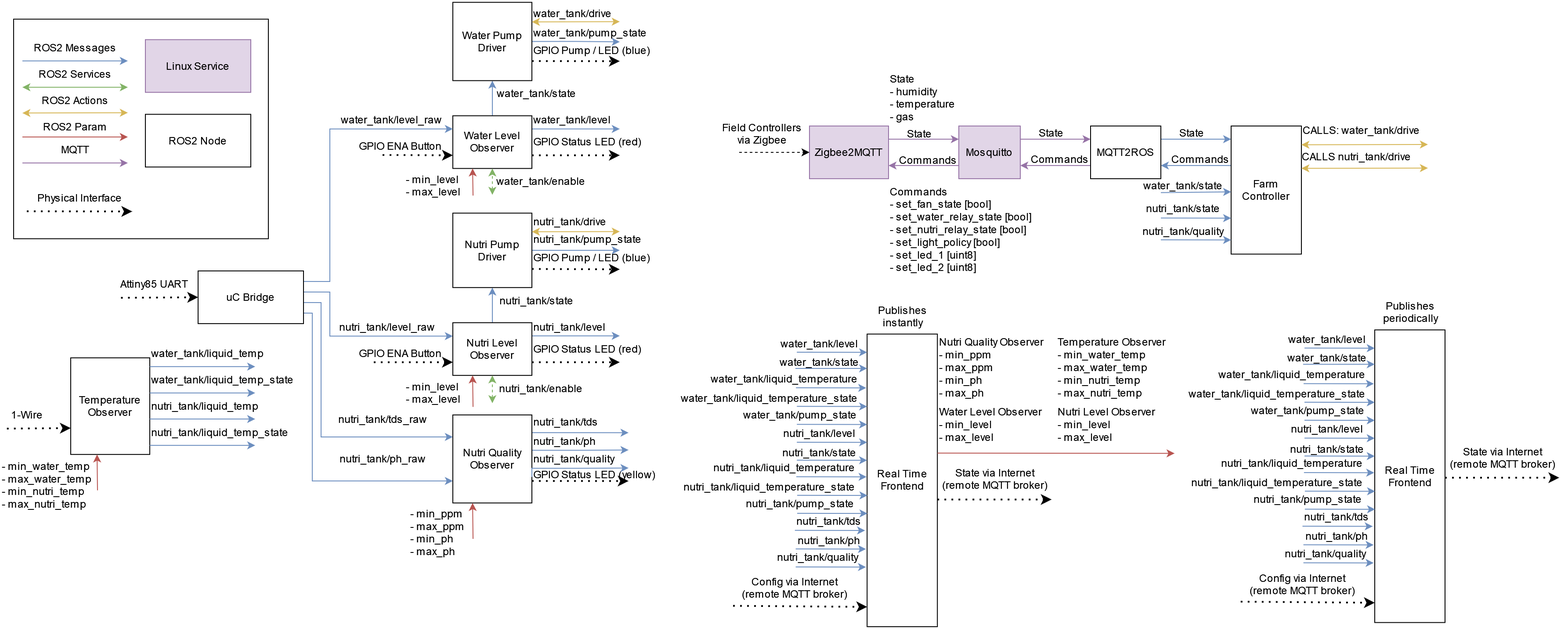
This is media/controller_software.drawio.png from Tai-Min/Aeroponic-Garden-System, a draw.io export, as it was before one commit. Source tidied: cells renumbered, new cells last; positions are measured from the earlier drawing's top-left corner, leaving out a move shared by most shapes.
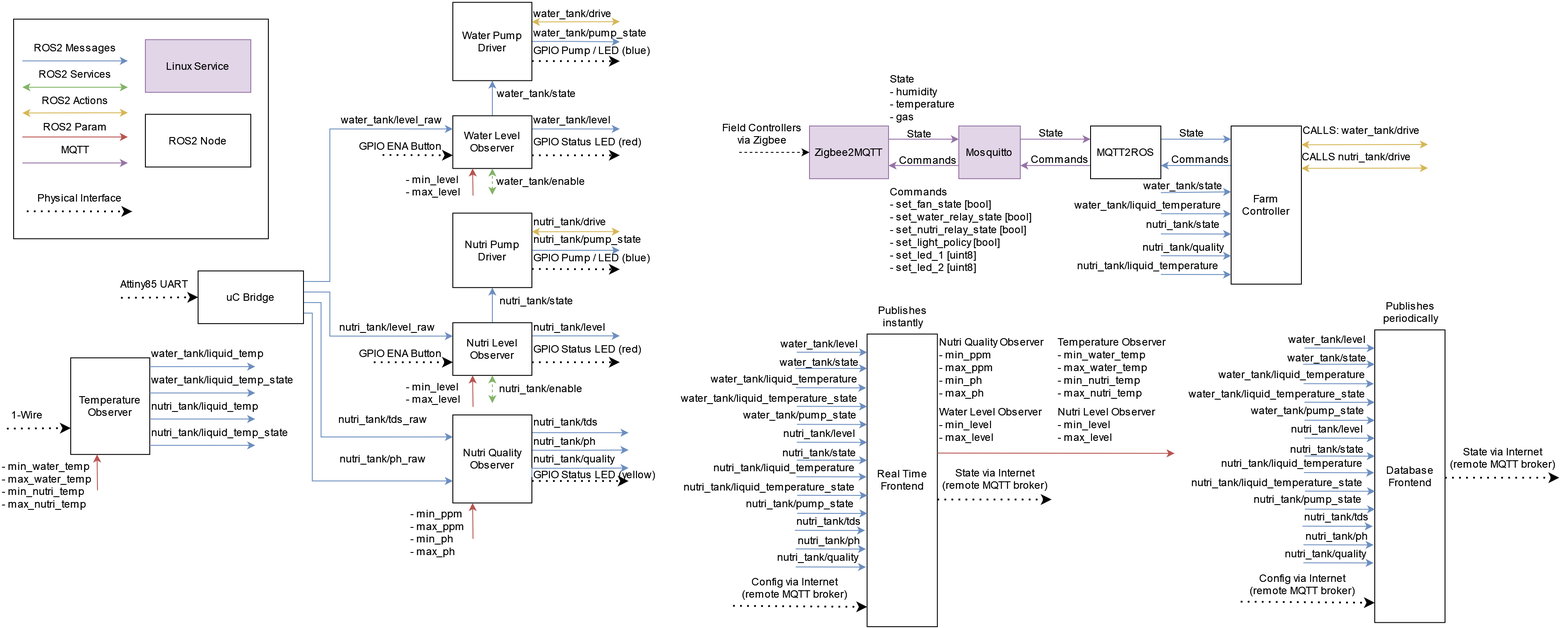
Later version of the same file.

Change to the diagram source:
```diff
@@ -30,7 +30,7 @@
       <mxGeometry x="1481" y="132.9" width="160" height="30" as="geometry" />
     </mxCell>
     <mxCell id="11" value="nutri_tank/state" style="text;html=1;align=center;verticalAlign=middle;strokeColor=none;fillColor=none;" parent="1" vertex="1">
-      <mxGeometry x="1291" y="222.1" width="110" height="30" as="geometry" />
+      <mxGeometry x="1291" y="240.2" width="110" height="30" as="geometry" />
     </mxCell>
     <mxCell id="12" value="water_tank/state" style="text;html=1;align=center;verticalAlign=middle;strokeColor=none;fillColor=none;" parent="1" vertex="1">
       <mxGeometry x="1291" y="195.9" width="110" height="30" as="geometry" />
@@ -406,7 +406,7 @@
       <mxGeometry x="375" y="506.7" width="120" height="30" as="geometry" />
     </mxCell>
     <mxCell id="102" value="&lt;div&gt;Farm &lt;br&gt;&lt;/div&gt;&lt;div&gt;Controller&lt;/div&gt;" style="rounded=0;whiteSpace=wrap;html=1;" parent="1" vertex="1">
-      <mxGeometry x="1401" y="142.9" width="80" height="145.8" as="geometry" />
+      <mxGeometry x="1401" y="142.9" width="80" height="180.1" as="geometry" />
     </mxCell>
     <mxCell id="103" style="endArrow=classic;html=1;rounded=0;fillColor=#dae8fc;strokeColor=#6c8ebf;" parent="1" edge="1">
       <mxGeometry relative="1" as="geometry">
@@ -416,12 +416,12 @@
     </mxCell>
     <mxCell id="104" style="endArrow=classic;html=1;rounded=0;fillColor=#dae8fc;strokeColor=#6c8ebf;" parent="1" edge="1">
       <mxGeometry relative="1" as="geometry">
-        <mxPoint x="1321" y="247.7" as="sourcePoint" />
-        <mxPoint x="1401" y="247.9" as="targetPoint" />
+        <mxPoint x="1321" y="265.8" as="sourcePoint" />
+        <mxPoint x="1401" y="266" as="targetPoint" />
       </mxGeometry>
     </mxCell>
     <mxCell id="105" value="nutri_tank/quality" style="text;html=1;align=center;verticalAlign=middle;strokeColor=none;fillColor=none;" parent="1" vertex="1">
-      <mxGeometry x="1286" y="247.7" width="120" height="30" as="geometry" />
+      <mxGeometry x="1286" y="265.8" width="120" height="30" as="geometry" />
     </mxCell>
     <mxCell id="106" value="&lt;div align=&quot;left&quot;&gt;State&lt;/div&gt;&lt;div align=&quot;left&quot;&gt;- humidity&lt;/div&gt;&lt;div align=&quot;left&quot;&gt;- temperature&lt;/div&gt;&lt;div align=&quot;left&quot;&gt;- gas&lt;br&gt;&lt;/div&gt;" style="text;html=1;align=left;verticalAlign=middle;strokeColor=none;fillColor=none;" parent="1" vertex="1">
       <mxGeometry x="1011" y="76.3" width="100" height="70" as="geometry" />
@@ -431,8 +431,8 @@
     </mxCell>
     <mxCell id="108" style="endArrow=classic;html=1;rounded=0;fillColor=#dae8fc;strokeColor=#6c8ebf;" parent="1" edge="1">
       <mxGeometry relative="1" as="geometry">
-        <mxPoint x="1321" y="272.6" as="sourcePoint" />
-        <mxPoint x="1401" y="272.7" as="targetPoint" />
+        <mxPoint x="1321" y="290.7" as="sourcePoint" />
+        <mxPoint x="1401" y="290.8" as="targetPoint" />
       </mxGeometry>
     </mxCell>
     <mxCell id="109" value="&lt;div&gt;Publishes&lt;/div&gt;&lt;div&gt;instantly&lt;br&gt;&lt;/div&gt;" style="text;html=1;align=center;verticalAlign=middle;strokeColor=none;fillColor=none;" parent="1" vertex="1">
@@ -681,7 +681,7 @@
     <mxCell id="164" value="&lt;div&gt;State via Internet &lt;br&gt;&lt;/div&gt;&lt;div&gt;(remote MQTT broker)&lt;/div&gt;" style="text;html=1;align=center;verticalAlign=middle;strokeColor=none;fillColor=none;" parent="1" vertex="1">
       <mxGeometry x="1639.5" y="500.6" width="140" height="40" as="geometry" />
     </mxCell>
-    <mxCell id="165" value="&lt;div&gt;Real Time&lt;/div&gt;&lt;div&gt;Frontend&lt;br&gt;&lt;/div&gt;" style="rounded=0;whiteSpace=wrap;html=1;" parent="1" vertex="1">
+    <mxCell id="165" value="&lt;div&gt;Database&lt;/div&gt;&lt;div&gt;Frontend&lt;br&gt;&lt;/div&gt;" style="rounded=0;whiteSpace=wrap;html=1;" parent="1" vertex="1">
       <mxGeometry x="1564.5" y="375.1" width="80" height="333.2" as="geometry" />
     </mxCell>
     <mxCell id="166" style="endArrow=classic;dashed=1;html=1;dashPattern=1 3;strokeWidth=2;rounded=0;startArrow=none;startFill=0;endFill=1;entryX=-0.03;entryY=0.121;entryDx=0;entryDy=0;entryPerimeter=0;" parent="1" edge="1">
@@ -804,5 +804,23 @@
         <mxPoint x="1563.2" y="619.9" as="targetPoint" />
       </mxGeometry>
     </mxCell>
+    <mxCell id="191" value="water_tank/liquid_temperature" style="text;html=1;align=center;verticalAlign=middle;strokeColor=none;fillColor=none;" parent="1" vertex="1">
+      <mxGeometry x="1211" y="218" width="190" height="30" as="geometry" />
+    </mxCell>
+    <mxCell id="192" style="endArrow=classic;html=1;rounded=0;fillColor=#dae8fc;strokeColor=#6c8ebf;" parent="1" edge="1">
+      <mxGeometry relative="1" as="geometry">
+        <mxPoint x="1321" y="242.8" as="sourcePoint" />
+        <mxPoint x="1401" y="242.9" as="targetPoint" />
+      </mxGeometry>
+    </mxCell>
+    <mxCell id="193" value="nutri_tank/liquid_temperature" style="text;html=1;align=center;verticalAlign=middle;strokeColor=none;fillColor=none;" parent="1" vertex="1">
+      <mxGeometry x="1216" y="287.2" width="180" height="30" as="geometry" />
+    </mxCell>
+    <mxCell id="194" style="endArrow=classic;html=1;rounded=0;fillColor=#dae8fc;strokeColor=#6c8ebf;" parent="1" edge="1">
+      <mxGeometry relative="1" as="geometry">
+        <mxPoint x="1321" y="312" as="sourcePoint" />
+        <mxPoint x="1401" y="312.1" as="targetPoint" />
+      </mxGeometry>
+    </mxCell>
   </root>
 </mxGraphModel>
```
